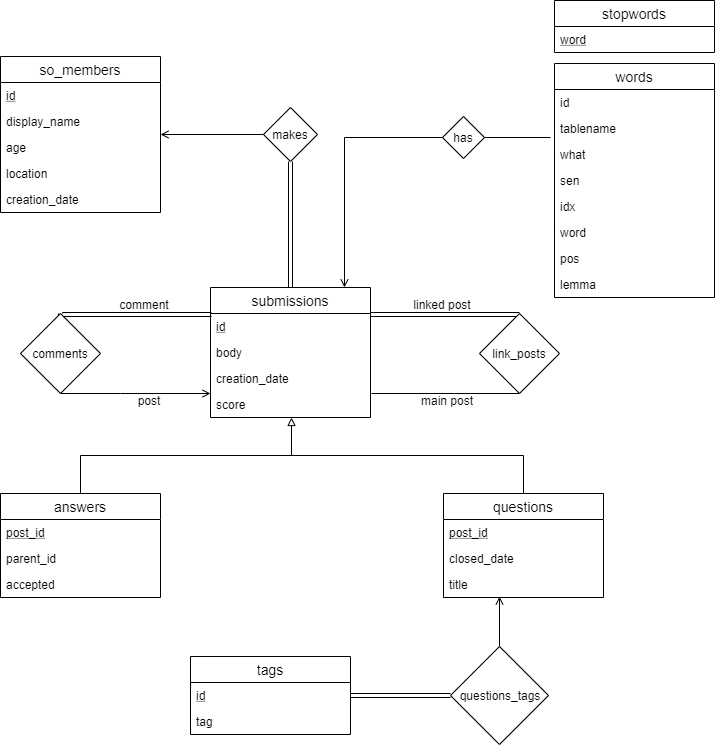
Earlier version of the draw.io export QA data model - ER diagram.png (ivanspajic/SOVA). Source tidied: cells renumbered, new cells last; positions are measured from the earlier drawing's top-left corner, leaving out a move shared by most shapes.
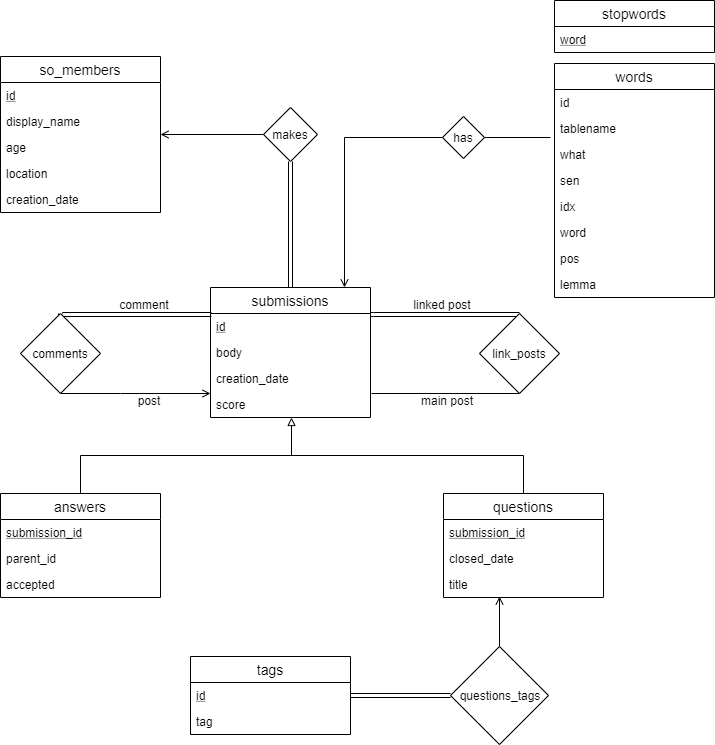
The same file after the commit.

Commit message:
Updated ER diagram to from post_id to submission_id

The edit, as a diff of the source:
```diff
@@ -41,7 +41,7 @@
     <mxCell id="14" value="answers" style="swimlane;fontStyle=0;horizontal=1;startSize=26;fillColor=none;swimlaneFillColor=#ffffff;align=center;fontSize=14;" parent="1" vertex="1">
       <mxGeometry y="493" width="160" height="104" as="geometry" />
     </mxCell>
-    <mxCell id="15" value="post_id" style="text;strokeColor=none;fillColor=none;spacingLeft=4;spacingRight=4;overflow=hidden;fontSize=12;fontStyle=4;" parent="14" vertex="1">
+    <mxCell id="15" value="submission_id" style="text;strokeColor=none;fillColor=none;spacingLeft=4;spacingRight=4;overflow=hidden;fontSize=12;fontStyle=4;" parent="14" vertex="1">
       <mxGeometry y="26" width="160" height="26" as="geometry" />
     </mxCell>
     <mxCell id="16" value="parent_id" style="text;strokeColor=none;fillColor=none;spacingLeft=4;spacingRight=4;overflow=hidden;fontSize=12;" parent="14" vertex="1">
@@ -61,7 +61,7 @@
     <mxCell id="19" value="questions" style="swimlane;fontStyle=0;horizontal=1;startSize=26;fillColor=none;swimlaneFillColor=#ffffff;align=center;fontSize=14;" parent="1" vertex="1">
       <mxGeometry x="443" y="493" width="160" height="104" as="geometry" />
     </mxCell>
-    <mxCell id="20" value="post_id" style="text;strokeColor=none;fillColor=none;spacingLeft=4;spacingRight=4;overflow=hidden;fontSize=12;fontStyle=4;" parent="19" vertex="1">
+    <mxCell id="20" value="submission_id" style="text;strokeColor=none;fillColor=none;spacingLeft=4;spacingRight=4;overflow=hidden;fontSize=12;fontStyle=4;" parent="19" vertex="1">
       <mxGeometry y="26" width="160" height="26" as="geometry" />
     </mxCell>
     <mxCell id="21" value="closed_date" style="text;strokeColor=none;fillColor=none;spacingLeft=4;spacingRight=4;overflow=hidden;fontSize=12;" parent="19" vertex="1">
```
